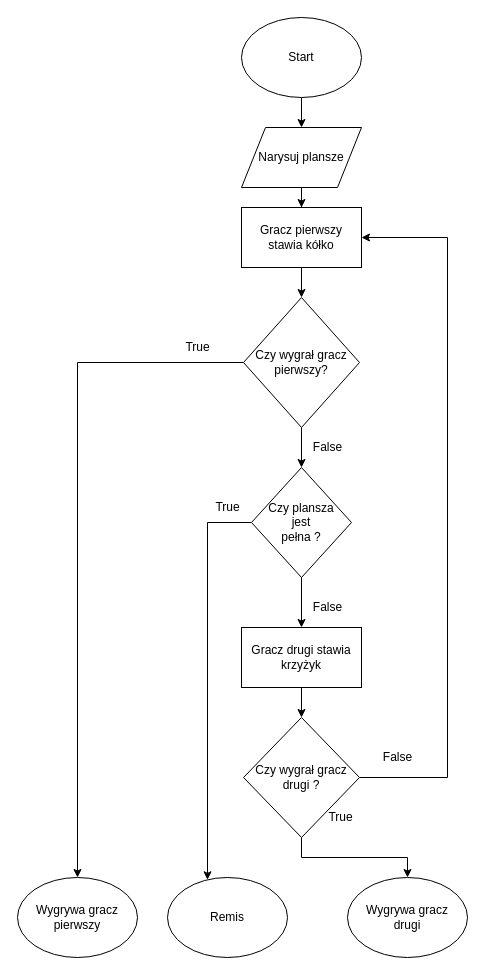
brokensocial/ttt keeps this draw.io diagram as TTT.drawio. Above is the earlier version. Source tidied: cells renumbered, new cells numbered last; positions are measured from the earlier drawing's top-left corner, leaving out a move shared by most shapes. Both pictures are drawn from the tidied source at 100%, with x=0, y=0 at pixel (17, 17).
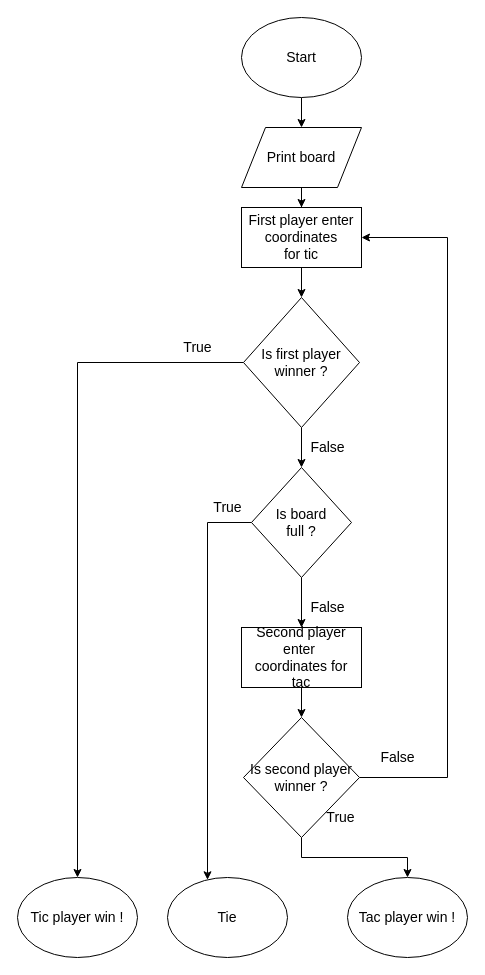
The same diagram, later.

The edit, as a diff of the source:
```diff
@@
-    <mxCell id="2" style="edgeStyle=orthogonalEdgeStyle;rounded=0;jettySize=auto;html=1;" parent="1" edge="1" source="3" target="5">
+    <mxCell id="2" style="edgeStyle=orthogonalEdgeStyle;rounded=0;jettySize=auto;html=1;fontSize=14;" parent="1" edge="1" source="3" target="5">
       <mxGeometry relative="1" as="geometry" />
     </mxCell>
-    <mxCell id="3" value="Start" style="ellipse;whiteSpace=wrap;html=1;" parent="1" vertex="1">
+    <mxCell id="3" value="Start" style="ellipse;whiteSpace=wrap;html=1;fontSize=14;" parent="1" vertex="1">
       <mxGeometry x="224" width="120" height="80" as="geometry" />
     </mxCell>
-    <mxCell id="4" style="edgeStyle=orthogonalEdgeStyle;rounded=0;jettySize=auto;html=1;" parent="1" edge="1" source="5" target="7">
+    <mxCell id="4" style="edgeStyle=orthogonalEdgeStyle;rounded=0;jettySize=auto;html=1;fontSize=14;" parent="1" edge="1" source="5" target="7">
       <mxGeometry relative="1" as="geometry" />
     </mxCell>
-    <mxCell id="5" value="Narysuj plansze" style="shape=parallelogram;perimeter=parallelogramPerimeter;whiteSpace=wrap;html=1;" parent="1" vertex="1">
+    <mxCell id="5" value="Print board" style="shape=parallelogram;perimeter=parallelogramPerimeter;whiteSpace=wrap;html=1;fontSize=14;" parent="1" vertex="1">
       <mxGeometry x="224" y="110" width="120" height="60" as="geometry" />
     </mxCell>
-    <mxCell id="6" style="edgeStyle=orthogonalEdgeStyle;rounded=0;jettySize=auto;html=1;" parent="1" edge="1" source="7" target="10">
+    <mxCell id="6" style="edgeStyle=orthogonalEdgeStyle;rounded=0;jettySize=auto;html=1;fontSize=14;" parent="1" edge="1" source="7" target="10">
       <mxGeometry relative="1" as="geometry" />
     </mxCell>
-    <mxCell id="7" value="Gracz pierwszy&lt;br&gt;stawia kółko" style="rounded=0;whiteSpace=wrap;html=1;" parent="1" vertex="1">
+    <mxCell id="7" value="First player enter&lt;br style=&quot;font-size: 14px;&quot;&gt;coordinates&lt;br style=&quot;font-size: 14px;&quot;&gt;for tic" style="rounded=0;whiteSpace=wrap;html=1;fontSize=14;" parent="1" vertex="1">
       <mxGeometry x="224" y="190" width="120" height="60" as="geometry" />
     </mxCell>
-    <mxCell id="8" style="edgeStyle=orthogonalEdgeStyle;rounded=0;jettySize=auto;html=1;entryX=0.5;entryY=0;entryDx=0;entryDy=0;" parent="1" edge="1" source="10" target="24">
+    <mxCell id="8" style="edgeStyle=orthogonalEdgeStyle;rounded=0;jettySize=auto;html=1;entryX=0.5;entryY=0;entryDx=0;entryDy=0;fontSize=14;" parent="1" edge="1" source="10" target="24">
       <mxGeometry relative="1" as="geometry" />
     </mxCell>
-    <mxCell id="9" style="edgeStyle=orthogonalEdgeStyle;rounded=0;jettySize=auto;html=1;" parent="1" edge="1" source="10" target="16">
+    <mxCell id="9" style="edgeStyle=orthogonalEdgeStyle;rounded=0;jettySize=auto;html=1;fontSize=14;" parent="1" edge="1" source="10" target="16">
       <mxGeometry relative="1" as="geometry" />
     </mxCell>
-    <mxCell id="10" value="Czy wygrał gracz pierwszy?" style="rhombus;whiteSpace=wrap;html=1;" parent="1" vertex="1">
+    <mxCell id="10" value="Is first player&lt;br style=&quot;font-size: 14px;&quot;&gt;winner ?" style="rhombus;whiteSpace=wrap;html=1;fontSize=14;" parent="1" vertex="1">
       <mxGeometry x="226" y="280" width="116" height="130" as="geometry" />
     </mxCell>
-    <mxCell id="11" style="edgeStyle=orthogonalEdgeStyle;rounded=0;jettySize=auto;html=1;" parent="1" edge="1" source="12" target="15">
+    <mxCell id="11" style="edgeStyle=orthogonalEdgeStyle;rounded=0;jettySize=auto;html=1;fontSize=14;" parent="1" edge="1" source="12" target="15">
       <mxGeometry relative="1" as="geometry" />
     </mxCell>
-    <mxCell id="12" value="Gracz drugi stawia&lt;br&gt;krzyżyk" style="rounded=0;whiteSpace=wrap;html=1;" parent="1" vertex="1">
+    <mxCell id="12" value="Second player enter&amp;nbsp;&lt;br style=&quot;font-size: 14px;&quot;&gt;coordinates for&lt;br style=&quot;font-size: 14px;&quot;&gt;tac" style="rounded=0;whiteSpace=wrap;html=1;fontSize=14;" parent="1" vertex="1">
       <mxGeometry x="224" y="610" width="120" height="60" as="geometry" />
     </mxCell>
-    <mxCell id="13" style="edgeStyle=orthogonalEdgeStyle;rounded=0;jettySize=auto;html=1;" parent="1" edge="1" source="15" target="19">
+    <mxCell id="13" style="edgeStyle=orthogonalEdgeStyle;rounded=0;jettySize=auto;html=1;fontSize=14;" parent="1" edge="1" source="15" target="19">
       <mxGeometry relative="1" as="geometry" />
     </mxCell>
-    <mxCell id="14" style="edgeStyle=orthogonalEdgeStyle;rounded=0;jettySize=auto;html=1;entryX=1;entryY=0.5;entryDx=0;entryDy=0;" parent="1" edge="1" source="15" target="7">
+    <mxCell id="14" style="edgeStyle=orthogonalEdgeStyle;rounded=0;jettySize=auto;html=1;entryX=1;entryY=0.5;entryDx=0;entryDy=0;fontSize=14;" parent="1" edge="1" source="15" target="7">
       <mxGeometry relative="1" as="geometry">
         <Array as="points">
           <mxPoint x="430" y="760" />
           <mxPoint x="430" y="220" />
         </Array>
       </mxGeometry>
     </mxCell>
-    <mxCell id="15" value="Czy wygrał gracz drugi ?" style="rhombus;whiteSpace=wrap;html=1;" parent="1" vertex="1">
+    <mxCell id="15" value="Is second player&lt;br style=&quot;font-size: 14px;&quot;&gt;winner ?" style="rhombus;whiteSpace=wrap;html=1;fontSize=14;" parent="1" vertex="1">
       <mxGeometry x="226" y="700" width="116" height="120" as="geometry" />
     </mxCell>
-    <mxCell id="16" value="Wygrywa gracz&lt;br&gt;pierwszy" style="ellipse;whiteSpace=wrap;html=1;" parent="1" vertex="1">
+    <mxCell id="16" value="Tic player win !" style="ellipse;whiteSpace=wrap;html=1;fontSize=14;" parent="1" vertex="1">
       <mxGeometry y="860" width="120" height="80" as="geometry" />
     </mxCell>
-    <mxCell id="17" value="True" style="text;html=1;align=center;verticalAlign=middle;" parent="1" vertex="1">
+    <mxCell id="17" value="True" style="text;html=1;align=center;verticalAlign=middle;fontSize=14;" parent="1" vertex="1">
       <mxGeometry x="160" y="320" width="40" height="20" as="geometry" />
     </mxCell>
-    <mxCell id="18" value="False" style="text;html=1;align=center;verticalAlign=middle;" parent="1" vertex="1">
-      <mxGeometry x="290" y="420" width="40" height="20" as="geometry" />
+    <mxCell id="18" value="False" style="text;html=1;align=center;verticalAlign=middle;fontSize=14;" parent="1" vertex="1">
+      <mxGeometry x="285" y="420" width="50" height="20" as="geometry" />
     </mxCell>
-    <mxCell id="19" value="Wygrywa gracz&lt;br&gt;drugi" style="ellipse;whiteSpace=wrap;html=1;" parent="1" vertex="1">
+    <mxCell id="19" value="Tac player win !" style="ellipse;whiteSpace=wrap;html=1;fontSize=14;" parent="1" vertex="1">
       <mxGeometry x="330" y="860" width="120" height="80" as="geometry" />
     </mxCell>
-    <mxCell id="20" value="True" style="text;html=1;align=center;verticalAlign=middle;" parent="1" vertex="1">
+    <mxCell id="20" value="True" style="text;html=1;align=center;verticalAlign=middle;fontSize=14;" parent="1" vertex="1">
       <mxGeometry x="303" y="790" width="40" height="20" as="geometry" />
     </mxCell>
-    <mxCell id="21" style="endArrow=classic;html=1;" parent="1" edge="1">
+    <mxCell id="21" style="endArrow=classic;html=1;fontSize=14;" parent="1" edge="1">
       <mxGeometry relative="1" as="geometry">
         <mxPoint x="370" y="590" as="sourcePoint" />
         <mxPoint x="370" y="590" as="targetPoint" />
       </mxGeometry>
     </mxCell>
-    <mxCell id="22" value="False" style="text;html=1;align=center;verticalAlign=middle;" parent="1" vertex="1">
-      <mxGeometry x="360" y="730" width="40" height="20" as="geometry" />
+    <mxCell id="22" value="False" style="text;html=1;align=center;verticalAlign=middle;fontSize=14;" parent="1" vertex="1">
+      <mxGeometry x="355" y="730" width="50" height="20" as="geometry" />
     </mxCell>
-    <mxCell id="23" style="edgeStyle=orthogonalEdgeStyle;rounded=0;jettySize=auto;html=1;" parent="1" edge="1" source="24" target="27">
+    <mxCell id="23" style="edgeStyle=orthogonalEdgeStyle;rounded=0;jettySize=auto;html=1;fontSize=14;" parent="1" edge="1" source="24" target="27">
       <mxGeometry relative="1" as="geometry">
         <Array as="points">
           <mxPoint x="190" y="505" />
         </Array>
       </mxGeometry>
     </mxCell>
-    <mxCell id="24" value="Czy plansza&lt;br&gt;jest&lt;br&gt;pełna ?" style="rhombus;whiteSpace=wrap;html=1;" parent="1" vertex="1">
+    <mxCell id="24" value="Is board&lt;br style=&quot;font-size: 14px;&quot;&gt;full ?" style="rhombus;whiteSpace=wrap;html=1;fontSize=14;" parent="1" vertex="1">
       <mxGeometry x="234" y="450" width="100" height="110" as="geometry" />
     </mxCell>
-    <mxCell id="25" style="endArrow=classic;html=1;exitX=0.5;exitY=1;exitDx=0;exitDy=0;entryX=0.5;entryY=0;entryDx=0;entryDy=0;" parent="1" edge="1" source="24" target="12">
+    <mxCell id="25" style="endArrow=classic;html=1;exitX=0.5;exitY=1;exitDx=0;exitDy=0;entryX=0.5;entryY=0;entryDx=0;entryDy=0;fontSize=14;" parent="1" edge="1" source="24" target="12">
       <mxGeometry relative="1" as="geometry" />
     </mxCell>
-    <mxCell id="26" value="True" style="text;html=1;align=center;verticalAlign=middle;" parent="1" vertex="1">
+    <mxCell id="26" value="True" style="text;html=1;align=center;verticalAlign=middle;fontSize=14;" parent="1" vertex="1">
       <mxGeometry x="190" y="480" width="40" height="20" as="geometry" />
     </mxCell>
-    <mxCell id="27" value="Remis" style="ellipse;whiteSpace=wrap;html=1;" parent="1" vertex="1">
+    <mxCell id="27" value="Tie" style="ellipse;whiteSpace=wrap;html=1;fontSize=14;" parent="1" vertex="1">
       <mxGeometry x="150" y="860" width="120" height="80" as="geometry" />
     </mxCell>
-    <mxCell id="28" value="False" style="text;html=1;align=center;verticalAlign=middle;" parent="1" vertex="1">
-      <mxGeometry x="290" y="580" width="40" height="20" as="geometry" />
+    <mxCell id="28" value="False" style="text;html=1;align=center;verticalAlign=middle;fontSize=14;" parent="1" vertex="1">
+      <mxGeometry x="285" y="580" width="50" height="20" as="geometry" />
     </mxCell>
```
